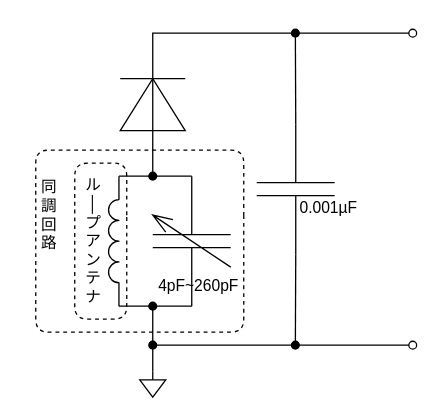
m20079/AM-radio keeps this draw.io diagram as page "radio" (1 of 4) of python/fig.drawio. Above is the earlier version. Source tidied: cells renumbered, new cells numbered last; positions are measured from the earlier drawing's top-left corner, leaving out a move shared by most shapes. Both pictures are drawn from the tidied source at 130%, with x=0, y=0 at pixel (22, 32).
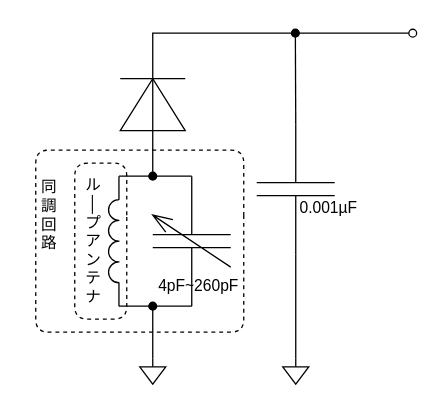
The same diagram, later.

The change refers to these unchanged cells:
```xml
<mxCell id="12" style="verticalLabelPosition=bottom;shadow=0;dashed=0;align=center;html=1;verticalAlign=top;shape=mxgraph.electrical.capacitors.capacitor_1;rotation=90;" parent="1" vertex="1">
  <mxGeometry x="160" y="90" width="100" height="60" as="geometry" />
</mxCell>
```

The edit, as a diff of the source:
```diff
@@
-    <mxCell id="9" style="endArrow=oval;html=1;rounded=0;endFill=0;startArrow=oval;startFill=1;" parent="1" edge="1">
-      <mxGeometry relative="1" as="geometry">
-        <mxPoint x="100" y="210" as="sourcePoint" />
-        <mxPoint x="300" y="240" as="targetPoint" />
-        <Array as="points">
-          <mxPoint x="100" y="240" />
-        </Array>
-      </mxGeometry>
-    </mxCell>
@@
-    <mxCell id="11" style="edgeStyle=none;rounded=0;html=1;exitX=1;exitY=0.5;exitDx=0;exitDy=0;exitPerimeter=0;startArrow=none;startFill=0;endArrow=oval;endFill=1;" parent="1" edge="1" source="12">
+    <mxCell id="11" style="edgeStyle=none;rounded=0;html=1;exitX=1;exitY=0.5;exitDx=0;exitDy=0;exitPerimeter=0;startArrow=none;startFill=0;endArrow=none;endFill=0;" parent="1" edge="1" source="12">
       <mxGeometry relative="1" as="geometry">
-        <mxPoint x="209.7" y="240" as="targetPoint" />
+        <mxPoint x="210" y="250" as="targetPoint" />
       </mxGeometry>
     </mxCell>
@@
     <mxCell id="17" style="edgeStyle=none;html=1;exitX=0.5;exitY=0;exitDx=0;exitDy=0;exitPerimeter=0;endArrow=oval;endFill=1;" parent="1" edge="1" source="18">
       <mxGeometry relative="1" as="geometry">
-        <mxPoint x="100" y="240" as="targetPoint" />
+        <mxPoint x="100" y="210" as="targetPoint" />
       </mxGeometry>
     </mxCell>
     <mxCell id="18" style="verticalLabelPosition=bottom;shadow=0;dashed=0;align=center;html=1;verticalAlign=top;shape=mxgraph.electrical.signal_sources.signal_ground;" parent="1" vertex="1">
-      <mxGeometry x="90" y="260" width="20" height="20" as="geometry" />
+      <mxGeometry x="90" y="250" width="20" height="20" as="geometry" />
     </mxCell>
@@
+    <mxCell id="21" style="verticalLabelPosition=bottom;shadow=0;dashed=0;align=center;html=1;verticalAlign=top;shape=mxgraph.electrical.signal_sources.signal_ground;" parent="1" vertex="1">
+      <mxGeometry x="200" y="250" width="20" height="20" as="geometry" />
+    </mxCell>
```
